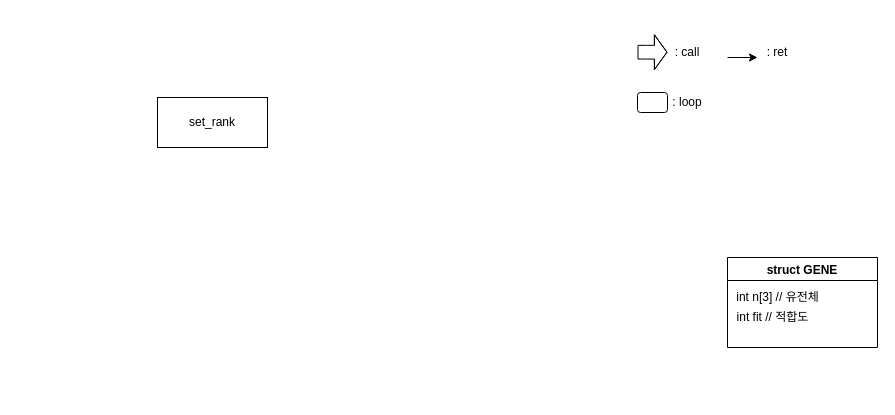
The draw.io diagram GA/set_rank.drawio in fr0g2s/p, before the edit. Source tidied: cells renumbered, new cells numbered last; positions are measured from the earlier drawing's top-left corner, leaving out a move shared by most shapes. Both pictures are drawn from the tidied source at 100%, with x=0, y=0 at pixel (157, 37).
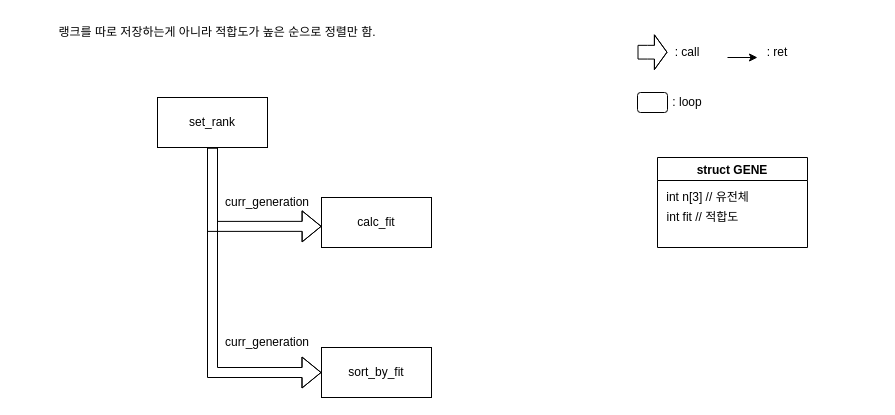
The same page after the edit.

Unchanged cells that the change refers to:
```xml
<mxCell id="8" value="set_rank" style="rounded=0;whiteSpace=wrap;html=1;" parent="1" vertex="1">
  <mxGeometry y="60" width="110" height="50" as="geometry" />
</mxCell>
```

Diff of the diagram source:
```diff
@@
+    <mxCell id="12" style="edgeStyle=orthogonalEdgeStyle;rounded=0;jettySize=auto;html=1;exitX=0.5;exitY=1;exitDx=0;exitDy=0;entryX=0;entryY=0.5;entryDx=0;entryDy=0;shape=flexArrow;" parent="1" edge="1" source="8" target="14">
+      <mxGeometry relative="1" as="geometry" />
+    </mxCell>
+    <mxCell id="13" style="edgeStyle=orthogonalEdgeStyle;shape=flexArrow;rounded=0;jettySize=auto;html=1;exitX=0.5;exitY=1;exitDx=0;exitDy=0;entryX=0.001;entryY=0.577;entryDx=0;entryDy=0;entryPerimeter=0;" parent="1" edge="1" source="8" target="17">
+      <mxGeometry relative="1" as="geometry" />
+    </mxCell>
@@
     <mxCell id="9" value="struct GENE" style="swimlane;" parent="1" vertex="1">
-      <mxGeometry x="570" y="220" width="150" height="90" as="geometry" />
+      <mxGeometry x="500" y="120" width="150" height="90" as="geometry" />
     </mxCell>
@@
+    <mxCell id="14" value="sort_by_fit" style="rounded=0;whiteSpace=wrap;html=1;" parent="1" vertex="1">
+      <mxGeometry x="164" y="310" width="110" height="50" as="geometry" />
+    </mxCell>
+    <mxCell id="15" value="curr_generation" style="text;html=1;strokeColor=none;fillColor=none;align=center;verticalAlign=middle;whiteSpace=wrap;rounded=0;" parent="1" vertex="1">
+      <mxGeometry x="60" y="290" width="100" height="30" as="geometry" />
+    </mxCell>
+    <mxCell id="16" value="랭크를 따로 저장하는게 아니라 적합도가 높은 순으로 정렬만 함." style="text;html=1;strokeColor=none;fillColor=none;align=center;verticalAlign=middle;whiteSpace=wrap;rounded=0;" parent="1" vertex="1">
+      <mxGeometry x="-140" y="-20" width="400" height="30" as="geometry" />
+    </mxCell>
+    <mxCell id="17" value="calc_fit" style="rounded=0;whiteSpace=wrap;html=1;" parent="1" vertex="1">
+      <mxGeometry x="164" y="160" width="110" height="50" as="geometry" />
+    </mxCell>
+    <mxCell id="18" value="curr_generation" style="text;html=1;strokeColor=none;fillColor=none;align=center;verticalAlign=middle;whiteSpace=wrap;rounded=0;" parent="1" vertex="1">
+      <mxGeometry x="60" y="150" width="100" height="30" as="geometry" />
+    </mxCell>
```
